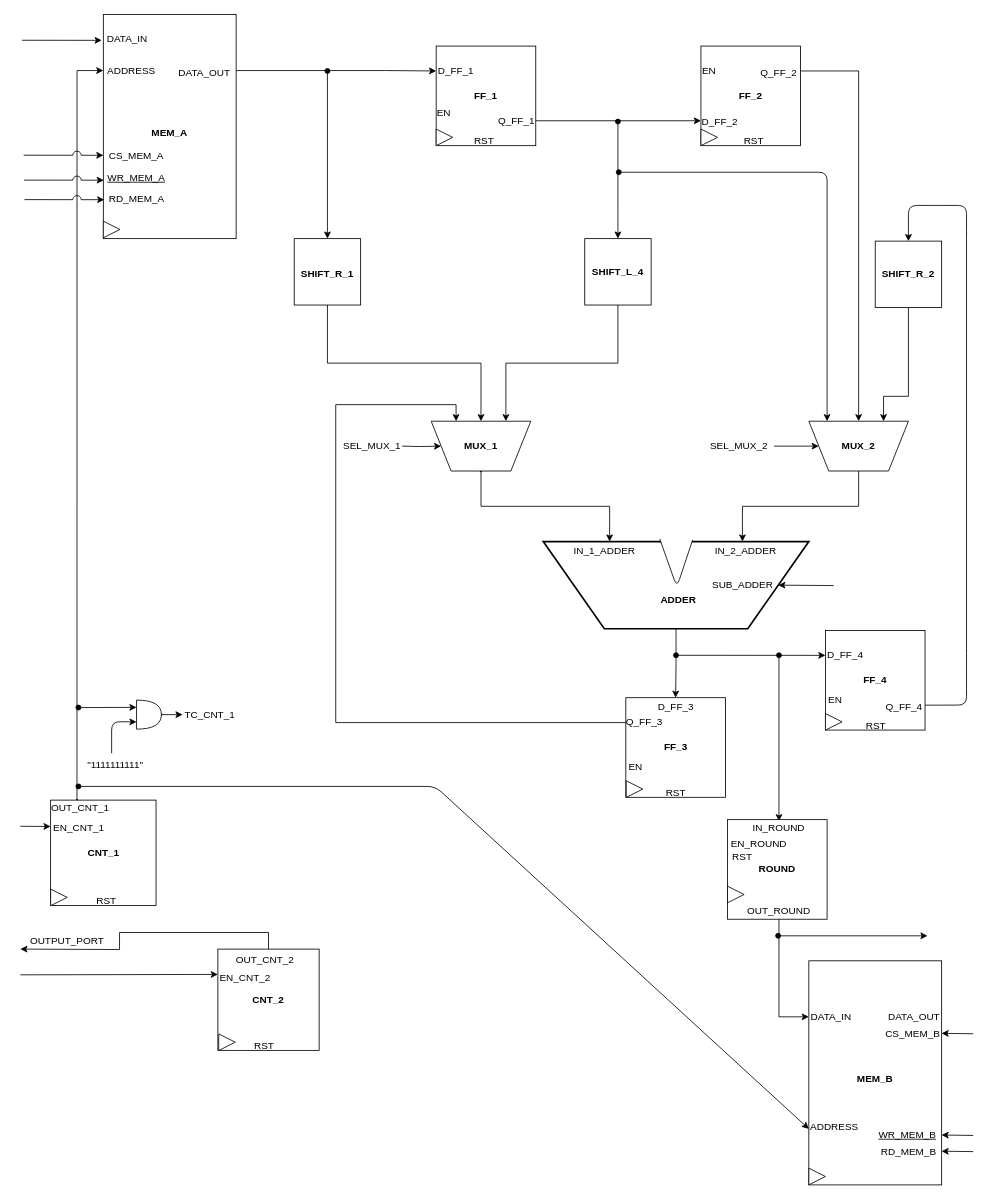
The draw.io diagram lab6/Datapath.drawio in leobel96/Polito-ESD-NeuralNetwork, before the edit. Source tidied: cells renumbered, new cells numbered last; positions are measured from the earlier drawing's top-left corner, leaving out a move shared by most shapes. Both pictures are drawn from the tidied source at 83%, with x=0, y=0 at pixel (20, 14).
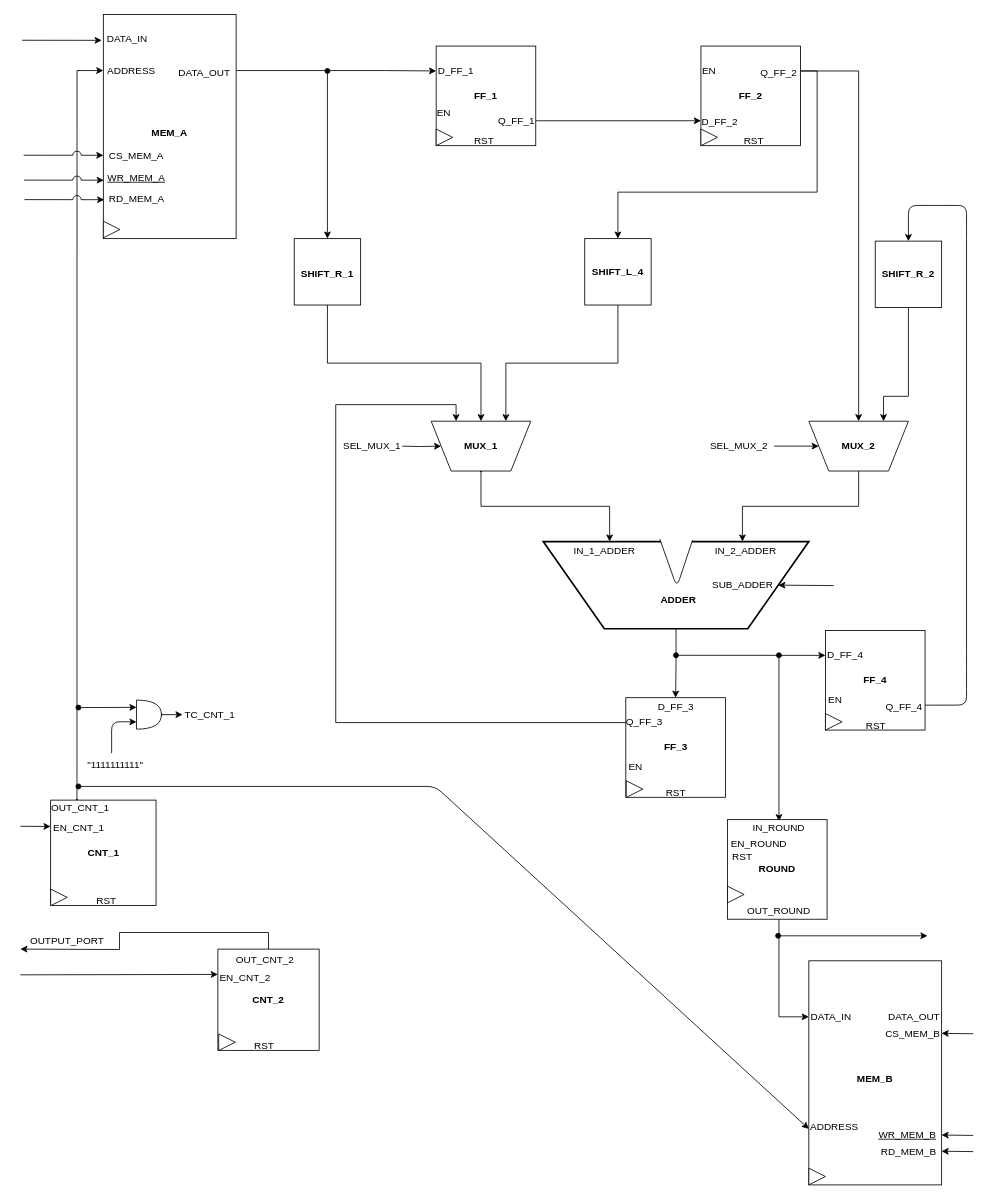
The same diagram, later.

The change refers to these unchanged cells:
```xml
<mxCell id="16" value="&lt;b&gt;FF_2&lt;/b&gt;" style="whiteSpace=wrap;html=1;" parent="1" vertex="1">
  <mxGeometry x="820" y="38" width="120" height="120" as="geometry" />
</mxCell>
<mxCell id="28" style="whiteSpace=wrap;html=1;" parent="1" vertex="1">
  <mxGeometry x="680" y="270" width="80" height="80" as="geometry" />
</mxCell>
```

The edit, as a diff of the source:
```diff
@@
+    <mxCell id="116" style="edgeStyle=orthogonalEdgeStyle;rounded=0;jettySize=auto;html=1;exitX=1;exitY=0.25;exitDx=0;exitDy=0;" parent="1" edge="1" source="16" target="28">
+      <mxGeometry relative="1" as="geometry" />
+    </mxCell>
@@
-    <mxCell id="24" style="endArrow=classic;html=1;entryX=0.5;entryY=0;entryDx=0;entryDy=0;startArrow=circle;startFill=1;startSize=2;" parent="1" edge="1" target="28">
-      <mxGeometry relative="1" as="geometry">
-        <mxPoint x="720" y="125" as="sourcePoint" />
-        <Array as="points">
-          <mxPoint x="720" y="250" />
-        </Array>
-      </mxGeometry>
-    </mxCell>
@@
-    <mxCell id="39" style="endArrow=classic;html=1;entryX=0.75;entryY=1;entryDx=0;entryDy=0;startSize=2;startArrow=circle;startFill=1;" parent="1" edge="1">
-      <mxGeometry relative="1" as="geometry">
-        <mxPoint x="717" y="190" as="sourcePoint" />
-        <mxPoint x="972" y="490" as="targetPoint" />
-        <Array as="points">
-          <mxPoint x="972" y="190" />
-        </Array>
-      </mxGeometry>
-    </mxCell>
```
